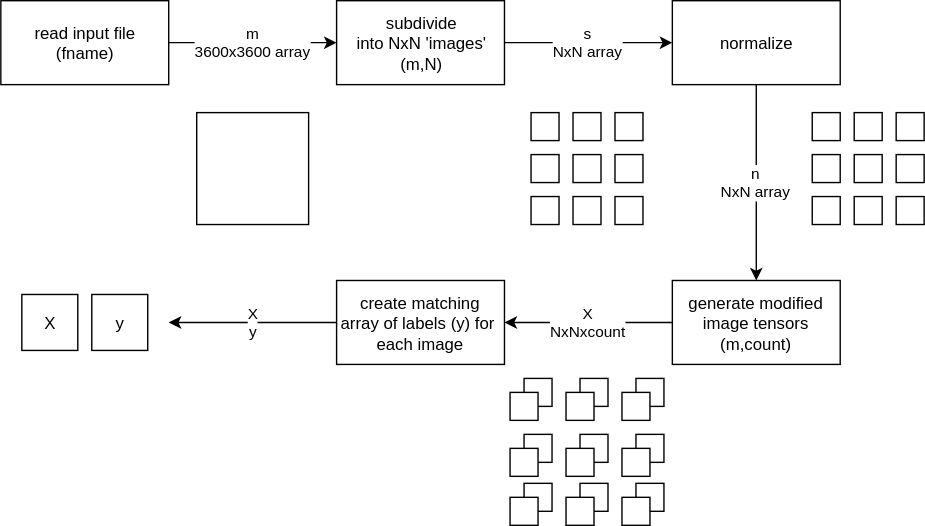
Before: doc/preprocess.svg, a diagram exported from draw.io (dmh2000/ml-capstone). Source tidied: cells renumbered, new cells last; positions are measured from the earlier drawing's top-left corner, leaving out a move shared by most shapes.
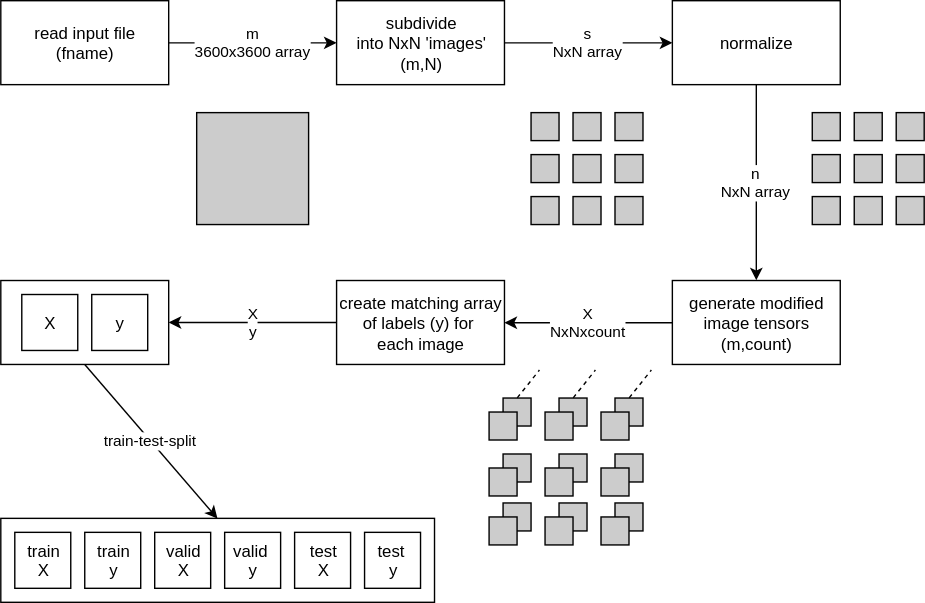
After the commit.

The edit, as a diff of the source:
```diff
@@ -2,6 +2,12 @@
   <root>
     <mxCell id="0" />
     <mxCell id="1" parent="0" />
+    <mxCell id="51" style="rounded=0;whiteSpace=wrap;html=1;" parent="1" vertex="1">
+      <mxGeometry y="370" width="310" height="60" as="geometry" />
+    </mxCell>
+    <mxCell id="52" style="rounded=0;whiteSpace=wrap;html=1;" parent="1" vertex="1">
+      <mxGeometry y="200" width="120" height="60" as="geometry" />
+    </mxCell>
     <mxCell id="2" value="read input file&lt;div&gt;(fname)&lt;/div&gt;" style="rounded=0;whiteSpace=wrap;html=1;" parent="1" vertex="1">
       <mxGeometry width="120" height="60" as="geometry" />
     </mxCell>
@@ -11,34 +17,34 @@
     <mxCell id="4" value="&lt;div&gt;m&lt;/div&gt;&lt;div&gt;3600x3600 array&lt;/div&gt;" style="endArrow=classic;html=1;exitX=1;exitY=0.5;entryX=0;entryY=0.5;" parent="1" edge="1" source="2" target="3">
       <mxGeometry relative="1" as="geometry" />
     </mxCell>
-    <mxCell id="5" style="whiteSpace=wrap;html=1;" parent="1" vertex="1">
+    <mxCell id="5" style="whiteSpace=wrap;html=1;fillColor=#CCCCCC;" parent="1" vertex="1">
       <mxGeometry x="439" y="80" width="20" height="20" as="geometry" />
     </mxCell>
-    <mxCell id="6" style="whiteSpace=wrap;html=1;" parent="1" vertex="1">
+    <mxCell id="6" style="whiteSpace=wrap;html=1;fillColor=#CCCCCC;" parent="1" vertex="1">
       <mxGeometry x="379" y="80" width="20" height="20" as="geometry" />
     </mxCell>
-    <mxCell id="7" style="whiteSpace=wrap;html=1;" parent="1" vertex="1">
+    <mxCell id="7" style="whiteSpace=wrap;html=1;fillColor=#CCCCCC;" parent="1" vertex="1">
       <mxGeometry x="409" y="80" width="20" height="20" as="geometry" />
     </mxCell>
-    <mxCell id="8" style="whiteSpace=wrap;html=1;" parent="1" vertex="1">
+    <mxCell id="8" style="whiteSpace=wrap;html=1;fillColor=#CCCCCC;" parent="1" vertex="1">
       <mxGeometry x="140" y="80" width="80" height="80" as="geometry" />
     </mxCell>
-    <mxCell id="9" style="whiteSpace=wrap;html=1;" parent="1" vertex="1">
+    <mxCell id="9" style="whiteSpace=wrap;html=1;fillColor=#CCCCCC;" parent="1" vertex="1">
       <mxGeometry x="439" y="110" width="20" height="20" as="geometry" />
     </mxCell>
-    <mxCell id="10" style="whiteSpace=wrap;html=1;" parent="1" vertex="1">
+    <mxCell id="10" style="whiteSpace=wrap;html=1;fillColor=#CCCCCC;" parent="1" vertex="1">
       <mxGeometry x="379" y="110" width="20" height="20" as="geometry" />
     </mxCell>
-    <mxCell id="11" style="whiteSpace=wrap;html=1;" parent="1" vertex="1">
+    <mxCell id="11" style="whiteSpace=wrap;html=1;fillColor=#CCCCCC;" parent="1" vertex="1">
       <mxGeometry x="409" y="110" width="20" height="20" as="geometry" />
     </mxCell>
-    <mxCell id="12" style="whiteSpace=wrap;html=1;" parent="1" vertex="1">
+    <mxCell id="12" style="whiteSpace=wrap;html=1;fillColor=#CCCCCC;" parent="1" vertex="1">
       <mxGeometry x="439" y="140" width="20" height="20" as="geometry" />
     </mxCell>
-    <mxCell id="13" style="whiteSpace=wrap;html=1;" parent="1" vertex="1">
+    <mxCell id="13" style="whiteSpace=wrap;html=1;fillColor=#CCCCCC;" parent="1" vertex="1">
       <mxGeometry x="379" y="140" width="20" height="20" as="geometry" />
     </mxCell>
-    <mxCell id="14" style="whiteSpace=wrap;html=1;" parent="1" vertex="1">
+    <mxCell id="14" style="whiteSpace=wrap;html=1;fillColor=#CCCCCC;" parent="1" vertex="1">
       <mxGeometry x="409" y="140" width="20" height="20" as="geometry" />
     </mxCell>
     <mxCell id="15" value="generate modified image tensors&lt;div&gt;(m,count)&lt;/div&gt;" style="rounded=0;whiteSpace=wrap;html=1;" parent="1" vertex="1">
@@ -53,59 +59,59 @@
     <mxCell id="18" value="&lt;div&gt;X&lt;/div&gt;&lt;div&gt;NxNxcount&lt;br&gt;&lt;/div&gt;" style="endArrow=classic;html=1;exitX=0;exitY=0.5;entryX=1;entryY=0.5;" parent="1" edge="1" source="15" target="17">
       <mxGeometry relative="1" as="geometry" />
     </mxCell>
-    <mxCell id="19" style="whiteSpace=wrap;html=1;" parent="1" vertex="1">
-      <mxGeometry x="374" y="270" width="20" height="20" as="geometry" />
+    <mxCell id="19" style="whiteSpace=wrap;html=1;fillColor=#CCCCCC;" parent="1" vertex="1">
+      <mxGeometry x="359" y="284" width="20" height="20" as="geometry" />
     </mxCell>
-    <mxCell id="20" style="whiteSpace=wrap;html=1;" parent="1" vertex="1">
-      <mxGeometry x="364" y="280" width="20" height="20" as="geometry" />
+    <mxCell id="20" style="whiteSpace=wrap;html=1;fillColor=#CCCCCC;" parent="1" vertex="1">
+      <mxGeometry x="349" y="294" width="20" height="20" as="geometry" />
     </mxCell>
-    <mxCell id="21" style="whiteSpace=wrap;html=1;" parent="1" vertex="1">
-      <mxGeometry x="414" y="270" width="20" height="20" as="geometry" />
+    <mxCell id="21" style="whiteSpace=wrap;html=1;fillColor=#CCCCCC;" parent="1" vertex="1">
+      <mxGeometry x="399" y="284" width="20" height="20" as="geometry" />
     </mxCell>
-    <mxCell id="22" style="whiteSpace=wrap;html=1;" parent="1" vertex="1">
-      <mxGeometry x="404" y="280" width="20" height="20" as="geometry" />
+    <mxCell id="22" style="whiteSpace=wrap;html=1;fillColor=#CCCCCC;" parent="1" vertex="1">
+      <mxGeometry x="389" y="294" width="20" height="20" as="geometry" />
     </mxCell>
-    <mxCell id="23" style="whiteSpace=wrap;html=1;" parent="1" vertex="1">
-      <mxGeometry x="454" y="270" width="20" height="20" as="geometry" />
+    <mxCell id="23" style="whiteSpace=wrap;html=1;fillColor=#CCCCCC;" parent="1" vertex="1">
+      <mxGeometry x="439" y="284" width="20" height="20" as="geometry" />
     </mxCell>
-    <mxCell id="24" style="whiteSpace=wrap;html=1;" parent="1" vertex="1">
-      <mxGeometry x="444" y="280" width="20" height="20" as="geometry" />
+    <mxCell id="24" style="whiteSpace=wrap;html=1;fillColor=#CCCCCC;" parent="1" vertex="1">
+      <mxGeometry x="429" y="294" width="20" height="20" as="geometry" />
     </mxCell>
-    <mxCell id="25" style="whiteSpace=wrap;html=1;" parent="1" vertex="1">
-      <mxGeometry x="374" y="310" width="20" height="20" as="geometry" />
+    <mxCell id="25" style="whiteSpace=wrap;html=1;fillColor=#CCCCCC;" parent="1" vertex="1">
+      <mxGeometry x="359" y="324" width="20" height="20" as="geometry" />
     </mxCell>
-    <mxCell id="26" style="whiteSpace=wrap;html=1;" parent="1" vertex="1">
-      <mxGeometry x="364" y="320" width="20" height="20" as="geometry" />
+    <mxCell id="26" style="whiteSpace=wrap;html=1;fillColor=#CCCCCC;" parent="1" vertex="1">
+      <mxGeometry x="349" y="334" width="20" height="20" as="geometry" />
     </mxCell>
-    <mxCell id="27" style="whiteSpace=wrap;html=1;" parent="1" vertex="1">
-      <mxGeometry x="414" y="310" width="20" height="20" as="geometry" />
+    <mxCell id="27" style="whiteSpace=wrap;html=1;fillColor=#CCCCCC;" parent="1" vertex="1">
+      <mxGeometry x="399" y="324" width="20" height="20" as="geometry" />
     </mxCell>
-    <mxCell id="28" style="whiteSpace=wrap;html=1;" parent="1" vertex="1">
-      <mxGeometry x="404" y="320" width="20" height="20" as="geometry" />
+    <mxCell id="28" style="whiteSpace=wrap;html=1;fillColor=#CCCCCC;" parent="1" vertex="1">
+      <mxGeometry x="389" y="334" width="20" height="20" as="geometry" />
     </mxCell>
-    <mxCell id="29" style="whiteSpace=wrap;html=1;" parent="1" vertex="1">
-      <mxGeometry x="454" y="310" width="20" height="20" as="geometry" />
+    <mxCell id="29" style="whiteSpace=wrap;html=1;fillColor=#CCCCCC;" parent="1" vertex="1">
+      <mxGeometry x="439" y="324" width="20" height="20" as="geometry" />
     </mxCell>
-    <mxCell id="30" style="whiteSpace=wrap;html=1;" parent="1" vertex="1">
-      <mxGeometry x="444" y="320" width="20" height="20" as="geometry" />
+    <mxCell id="30" style="whiteSpace=wrap;html=1;fillColor=#CCCCCC;" parent="1" vertex="1">
+      <mxGeometry x="429" y="334" width="20" height="20" as="geometry" />
     </mxCell>
-    <mxCell id="31" style="whiteSpace=wrap;html=1;" parent="1" vertex="1">
-      <mxGeometry x="374" y="345" width="20" height="20" as="geometry" />
+    <mxCell id="31" style="whiteSpace=wrap;html=1;fillColor=#CCCCCC;" parent="1" vertex="1">
+      <mxGeometry x="359" y="359" width="20" height="20" as="geometry" />
     </mxCell>
-    <mxCell id="32" style="whiteSpace=wrap;html=1;" parent="1" vertex="1">
-      <mxGeometry x="364" y="355" width="20" height="20" as="geometry" />
+    <mxCell id="32" style="whiteSpace=wrap;html=1;fillColor=#CCCCCC;" parent="1" vertex="1">
+      <mxGeometry x="349" y="369" width="20" height="20" as="geometry" />
     </mxCell>
-    <mxCell id="33" style="whiteSpace=wrap;html=1;" parent="1" vertex="1">
-      <mxGeometry x="414" y="345" width="20" height="20" as="geometry" />
+    <mxCell id="33" style="whiteSpace=wrap;html=1;fillColor=#CCCCCC;" parent="1" vertex="1">
+      <mxGeometry x="399" y="359" width="20" height="20" as="geometry" />
     </mxCell>
-    <mxCell id="34" style="whiteSpace=wrap;html=1;" parent="1" vertex="1">
-      <mxGeometry x="404" y="355" width="20" height="20" as="geometry" />
+    <mxCell id="34" style="whiteSpace=wrap;html=1;fillColor=#CCCCCC;" parent="1" vertex="1">
+      <mxGeometry x="389" y="369" width="20" height="20" as="geometry" />
     </mxCell>
-    <mxCell id="35" style="whiteSpace=wrap;html=1;" parent="1" vertex="1">
-      <mxGeometry x="454" y="345" width="20" height="20" as="geometry" />
+    <mxCell id="35" style="whiteSpace=wrap;html=1;fillColor=#CCCCCC;" parent="1" vertex="1">
+      <mxGeometry x="439" y="359" width="20" height="20" as="geometry" />
     </mxCell>
-    <mxCell id="36" style="whiteSpace=wrap;html=1;" parent="1" vertex="1">
-      <mxGeometry x="444" y="355" width="20" height="20" as="geometry" />
+    <mxCell id="36" style="whiteSpace=wrap;html=1;fillColor=#CCCCCC;" parent="1" vertex="1">
+      <mxGeometry x="429" y="369" width="20" height="20" as="geometry" />
     </mxCell>
     <mxCell id="37" value="normalize" style="rounded=0;whiteSpace=wrap;html=1;" parent="1" vertex="1">
       <mxGeometry x="480" width="120" height="60" as="geometry" />
@@ -113,31 +119,31 @@
     <mxCell id="38" value="n&lt;div&gt;NxN array&lt;/div&gt;" style="edgeStyle=orthogonalEdgeStyle;rounded=0;html=1;entryX=0.5;entryY=0;jettySize=auto;" parent="1" edge="1" source="37" target="15">
       <mxGeometry relative="1" as="geometry" />
     </mxCell>
-    <mxCell id="39" style="whiteSpace=wrap;html=1;" parent="1" vertex="1">
+    <mxCell id="39" style="whiteSpace=wrap;html=1;fillColor=#CCCCCC;" parent="1" vertex="1">
       <mxGeometry x="640" y="80" width="20" height="20" as="geometry" />
     </mxCell>
-    <mxCell id="40" style="whiteSpace=wrap;html=1;" parent="1" vertex="1">
+    <mxCell id="40" style="whiteSpace=wrap;html=1;fillColor=#CCCCCC;" parent="1" vertex="1">
       <mxGeometry x="580" y="80" width="20" height="20" as="geometry" />
     </mxCell>
-    <mxCell id="41" style="whiteSpace=wrap;html=1;" parent="1" vertex="1">
+    <mxCell id="41" style="whiteSpace=wrap;html=1;fillColor=#CCCCCC;" parent="1" vertex="1">
       <mxGeometry x="610" y="80" width="20" height="20" as="geometry" />
     </mxCell>
-    <mxCell id="42" style="whiteSpace=wrap;html=1;" parent="1" vertex="1">
+    <mxCell id="42" style="whiteSpace=wrap;html=1;fillColor=#CCCCCC;" parent="1" vertex="1">
       <mxGeometry x="640" y="110" width="20" height="20" as="geometry" />
     </mxCell>
-    <mxCell id="43" style="whiteSpace=wrap;html=1;" parent="1" vertex="1">
+    <mxCell id="43" style="whiteSpace=wrap;html=1;fillColor=#CCCCCC;" parent="1" vertex="1">
       <mxGeometry x="580" y="110" width="20" height="20" as="geometry" />
     </mxCell>
-    <mxCell id="44" style="whiteSpace=wrap;html=1;" parent="1" vertex="1">
+    <mxCell id="44" style="whiteSpace=wrap;html=1;fillColor=#CCCCCC;" parent="1" vertex="1">
       <mxGeometry x="610" y="110" width="20" height="20" as="geometry" />
     </mxCell>
-    <mxCell id="45" style="whiteSpace=wrap;html=1;" parent="1" vertex="1">
+    <mxCell id="45" style="whiteSpace=wrap;html=1;fillColor=#CCCCCC;" parent="1" vertex="1">
       <mxGeometry x="640" y="140" width="20" height="20" as="geometry" />
     </mxCell>
-    <mxCell id="46" style="whiteSpace=wrap;html=1;" parent="1" vertex="1">
+    <mxCell id="46" style="whiteSpace=wrap;html=1;fillColor=#CCCCCC;" parent="1" vertex="1">
       <mxGeometry x="580" y="140" width="20" height="20" as="geometry" />
     </mxCell>
-    <mxCell id="47" style="whiteSpace=wrap;html=1;" parent="1" vertex="1">
+    <mxCell id="47" style="whiteSpace=wrap;html=1;fillColor=#CCCCCC;" parent="1" vertex="1">
       <mxGeometry x="610" y="140" width="20" height="20" as="geometry" />
     </mxCell>
     <mxCell id="48" value="X&lt;div&gt;y&lt;/div&gt;" style="edgeStyle=orthogonalEdgeStyle;rounded=0;html=1;entryX=1;entryY=0.5;jettySize=auto;" parent="1" edge="1" source="17">
@@ -151,5 +157,43 @@
     <mxCell id="50" value="y" style="whiteSpace=wrap;html=1;" parent="1" vertex="1">
       <mxGeometry x="65" y="210" width="40" height="40" as="geometry" />
     </mxCell>
+    <mxCell id="53" value="train&lt;div&gt;X&lt;/div&gt;" style="whiteSpace=wrap;html=1;" parent="1" vertex="1">
+      <mxGeometry x="10" y="380" width="40" height="40" as="geometry" />
+    </mxCell>
+    <mxCell id="54" value="train&lt;div&gt;y&lt;/div&gt;" style="whiteSpace=wrap;html=1;" parent="1" vertex="1">
+      <mxGeometry x="60" y="380" width="40" height="40" as="geometry" />
+    </mxCell>
+    <mxCell id="55" value="valid&lt;div&gt;X&lt;/div&gt;" style="whiteSpace=wrap;html=1;" parent="1" vertex="1">
+      <mxGeometry x="110" y="380" width="40" height="40" as="geometry" />
+    </mxCell>
+    <mxCell id="56" value="valid&amp;nbsp;&lt;div&gt;y&lt;/div&gt;" style="whiteSpace=wrap;html=1;" parent="1" vertex="1">
+      <mxGeometry x="160" y="380" width="40" height="40" as="geometry" />
+    </mxCell>
+    <mxCell id="57" value="test&lt;div&gt;X&lt;/div&gt;" style="whiteSpace=wrap;html=1;" parent="1" vertex="1">
+      <mxGeometry x="210" y="380" width="40" height="40" as="geometry" />
+    </mxCell>
+    <mxCell id="58" value="test&amp;nbsp;&lt;div&gt;y&lt;/div&gt;" style="whiteSpace=wrap;html=1;" parent="1" vertex="1">
+      <mxGeometry x="260" y="380" width="40" height="40" as="geometry" />
+    </mxCell>
+    <mxCell id="59" value="train-test-split" style="endArrow=classic;html=1;entryX=0.5;entryY=0;" parent="1" edge="1" target="51">
+      <mxGeometry relative="1" as="geometry">
+        <mxPoint x="60" y="260" as="sourcePoint" />
+      </mxGeometry>
+    </mxCell>
+    <mxCell id="60" style="endArrow=none;dashed=1;html=1;exitX=0.5;exitY=0;" parent="1" edge="1" source="19">
+      <mxGeometry relative="1" as="geometry">
+        <mxPoint x="385" y="264" as="targetPoint" />
+      </mxGeometry>
+    </mxCell>
+    <mxCell id="61" style="endArrow=none;dashed=1;html=1;exitX=0.5;exitY=0;" parent="1" edge="1" source="21">
+      <mxGeometry relative="1" as="geometry">
+        <mxPoint x="425" y="264" as="targetPoint" />
+      </mxGeometry>
+    </mxCell>
+    <mxCell id="62" style="endArrow=none;dashed=1;html=1;exitX=0.5;exitY=0;" parent="1" edge="1" source="23">
+      <mxGeometry relative="1" as="geometry">
+        <mxPoint x="465" y="264" as="targetPoint" />
+      </mxGeometry>
+    </mxCell>
   </root>
 </mxGraphModel>
```
